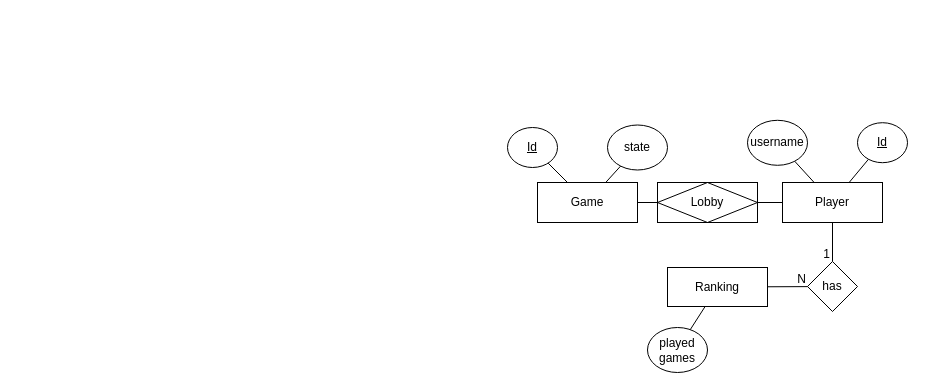
Earlier version of the draw.io diagram docs/ModeloEA.drawio (Vaasco/DAW). Source tidied: cells renumbered, new cells numbered last; positions are measured from the earlier drawing's top-left corner, leaving out a move shared by most shapes. Both pictures are drawn from the tidied source at 100%, with x=0, y=0 at pixel (507, 120).
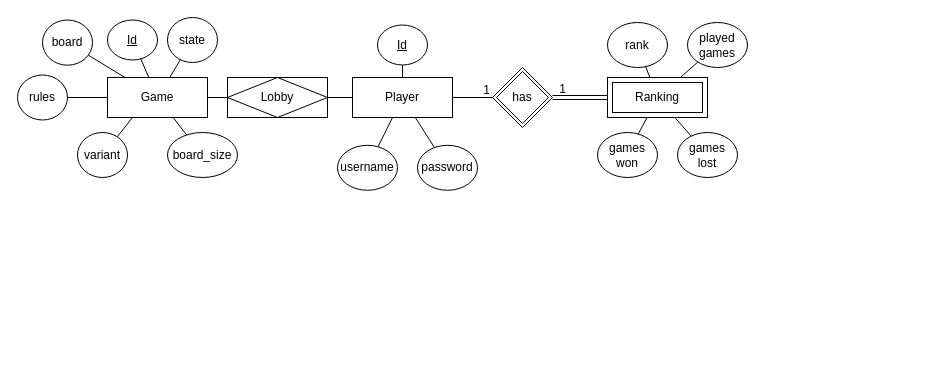
The same diagram, later.

Diff of the diagram source:
```diff
@@
     <mxCell id="2" value="Game" style="whiteSpace=wrap;html=1;align=center;" parent="1" vertex="1">
-      <mxGeometry x="30" y="62" width="100" height="40" as="geometry" />
+      <mxGeometry x="-400" y="-43" width="100" height="40" as="geometry" />
     </mxCell>
     <mxCell id="3" value="Player" style="whiteSpace=wrap;html=1;align=center;" parent="1" vertex="1">
-      <mxGeometry x="275" y="62" width="100" height="40" as="geometry" />
+      <mxGeometry x="-155" y="-43" width="100" height="40" as="geometry" />
     </mxCell>
     <mxCell id="4" value="Id" style="ellipse;whiteSpace=wrap;html=1;align=center;fontStyle=4;" parent="1" vertex="1">
-      <mxGeometry y="7" width="50" height="40" as="geometry" />
+      <mxGeometry x="-400" y="-100.5" width="50" height="40" as="geometry" />
     </mxCell>
     <mxCell id="5" value="Id" style="ellipse;whiteSpace=wrap;html=1;align=center;fontStyle=4;" parent="1" vertex="1">
-      <mxGeometry x="350" y="2.2" width="50" height="40" as="geometry" />
+      <mxGeometry x="-130" y="-95.5" width="50" height="40" as="geometry" />
     </mxCell>
@@
     <mxCell id="8" value="username" style="ellipse;whiteSpace=wrap;html=1;align=center;" parent="1" vertex="1">
-      <mxGeometry x="240" y="-0.2" width="60" height="45" as="geometry" />
+      <mxGeometry x="-170" y="24.8" width="60" height="45" as="geometry" />
     </mxCell>
@@
     <mxCell id="10" value="state" style="ellipse;whiteSpace=wrap;html=1;align=center;" parent="1" vertex="1">
-      <mxGeometry x="100" y="4.5" width="60" height="45" as="geometry" />
+      <mxGeometry x="-340" y="-103" width="50" height="45" as="geometry" />
     </mxCell>
@@
     <mxCell id="12" value="Lobby" style="shape=associativeEntity;whiteSpace=wrap;html=1;align=center;" parent="1" vertex="1">
-      <mxGeometry x="150" y="62" width="100" height="40" as="geometry" />
+      <mxGeometry x="-280" y="-43" width="100" height="40" as="geometry" />
     </mxCell>
@@
     <mxCell id="15" value="played games" style="ellipse;whiteSpace=wrap;html=1;align=center;" parent="1" vertex="1">
-      <mxGeometry x="140" y="207" width="60" height="45" as="geometry" />
+      <mxGeometry x="180" y="-98" width="60" height="45" as="geometry" />
     </mxCell>
-    <mxCell id="16" value="Ranking" style="whiteSpace=wrap;html=1;align=center;" parent="1" vertex="1">
-      <mxGeometry x="160" y="147" width="100" height="39" as="geometry" />
-    </mxCell>
-    <mxCell id="17" value="has" style="shape=rhombus;perimeter=rhombusPerimeter;whiteSpace=wrap;html=1;align=center;" parent="1" vertex="1">
-      <mxGeometry x="300" y="141" width="50" height="50" as="geometry" />
-    </mxCell>
-    <mxCell id="18" style="endArrow=none;html=1;rounded=0;" parent="1" edge="1" source="16" target="17">
-      <mxGeometry relative="1" as="geometry" />
-    </mxCell>
-    <mxCell id="19" value="N" style="html=1;whiteSpace=wrap;align=right;verticalAlign=bottom;" parent="18" vertex="1">
-      <mxGeometry x="1" relative="1" as="geometry">
-        <mxPoint y="1" as="offset" />
-      </mxGeometry>
-    </mxCell>
@@
+    <mxCell id="23" value="games won" style="ellipse;whiteSpace=wrap;html=1;align=center;" parent="1" vertex="1">
+      <mxGeometry x="90" y="12" width="60" height="45" as="geometry" />
+    </mxCell>
+    <mxCell id="24" style="endArrow=none;html=1;rounded=0;" parent="1" edge="1" source="23" target="16">
+      <mxGeometry relative="1" as="geometry" />
+    </mxCell>
+    <mxCell id="25" value="games lost" style="ellipse;whiteSpace=wrap;html=1;align=center;" parent="1" vertex="1">
+      <mxGeometry x="170" y="12" width="60" height="45" as="geometry" />
+    </mxCell>
+    <mxCell id="26" style="endArrow=none;html=1;rounded=0;" parent="1" edge="1" source="25" target="16">
+      <mxGeometry relative="1" as="geometry" />
+    </mxCell>
+    <mxCell id="27" value="rules" style="ellipse;whiteSpace=wrap;html=1;align=center;" parent="1" vertex="1">
+      <mxGeometry x="-490" y="-45.5" width="50" height="45" as="geometry" />
+    </mxCell>
+    <mxCell id="28" value="variant" style="ellipse;whiteSpace=wrap;html=1;align=center;" parent="1" vertex="1">
+      <mxGeometry x="-430" y="12" width="50" height="45" as="geometry" />
+    </mxCell>
+    <mxCell id="29" style="endArrow=none;html=1;rounded=0;" parent="1" edge="1" source="2" target="27">
+      <mxGeometry relative="1" as="geometry" />
+    </mxCell>
+    <mxCell id="30" style="endArrow=none;html=1;rounded=0;exitX=0.25;exitY=1;exitDx=0;exitDy=0;" parent="1" edge="1" source="2" target="28">
+      <mxGeometry relative="1" as="geometry" />
+    </mxCell>
+    <mxCell id="31" value="board" style="ellipse;whiteSpace=wrap;html=1;align=center;" parent="1" vertex="1">
+      <mxGeometry x="-465" y="-100.5" width="50" height="45.2" as="geometry" />
+    </mxCell>
+    <mxCell id="32" style="endArrow=none;html=1;rounded=0;" parent="1" edge="1" source="2" target="31">
+      <mxGeometry relative="1" as="geometry" />
+    </mxCell>
+    <mxCell id="33" value="board_size" style="ellipse;whiteSpace=wrap;html=1;align=center;" parent="1" vertex="1">
+      <mxGeometry x="-340" y="12" width="70" height="45" as="geometry" />
+    </mxCell>
+    <mxCell id="34" style="endArrow=none;html=1;rounded=0;" parent="1" edge="1" source="2" target="33">
+      <mxGeometry relative="1" as="geometry" />
+    </mxCell>
+    <mxCell id="18" style="shape=link;html=1;rounded=0;" parent="1" edge="1" source="16" target="17">
+      <mxGeometry relative="1" as="geometry" />
+    </mxCell>
+    <mxCell id="35" value="1" style="html=1;whiteSpace=wrap;align=right;verticalAlign=bottom;" parent="18" vertex="1">
+      <mxGeometry x="1" relative="1" as="geometry">
+        <mxPoint x="15" as="offset" />
+      </mxGeometry>
+    </mxCell>
+    <mxCell id="36" value="rank" style="ellipse;whiteSpace=wrap;html=1;align=center;" parent="1" vertex="1">
+      <mxGeometry x="100" y="-98" width="60" height="45" as="geometry" />
+    </mxCell>
+    <mxCell id="37" style="endArrow=none;html=1;rounded=0;" parent="1" edge="1" source="36" target="16">
+      <mxGeometry relative="1" as="geometry" />
+    </mxCell>
+    <mxCell id="16" value="Ranking" style="shape=ext;margin=3;double=1;whiteSpace=wrap;html=1;align=center;" parent="1" vertex="1">
+      <mxGeometry x="100" y="-43" width="100" height="40" as="geometry" />
+    </mxCell>
+    <mxCell id="38" value="password" style="ellipse;whiteSpace=wrap;html=1;align=center;" parent="1" vertex="1">
+      <mxGeometry x="-90" y="24.8" width="60" height="45" as="geometry" />
+    </mxCell>
+    <mxCell id="39" style="endArrow=none;html=1;rounded=0;" parent="1" edge="1" source="3" target="38">
+      <mxGeometry relative="1" as="geometry" />
+    </mxCell>
+    <mxCell id="17" value="has" style="shape=rhombus;double=1;perimeter=rhombusPerimeter;whiteSpace=wrap;html=1;align=center;direction=west;" parent="1" vertex="1">
+      <mxGeometry x="-15" y="-53" width="60" height="60" as="geometry" />
+    </mxCell>
```
